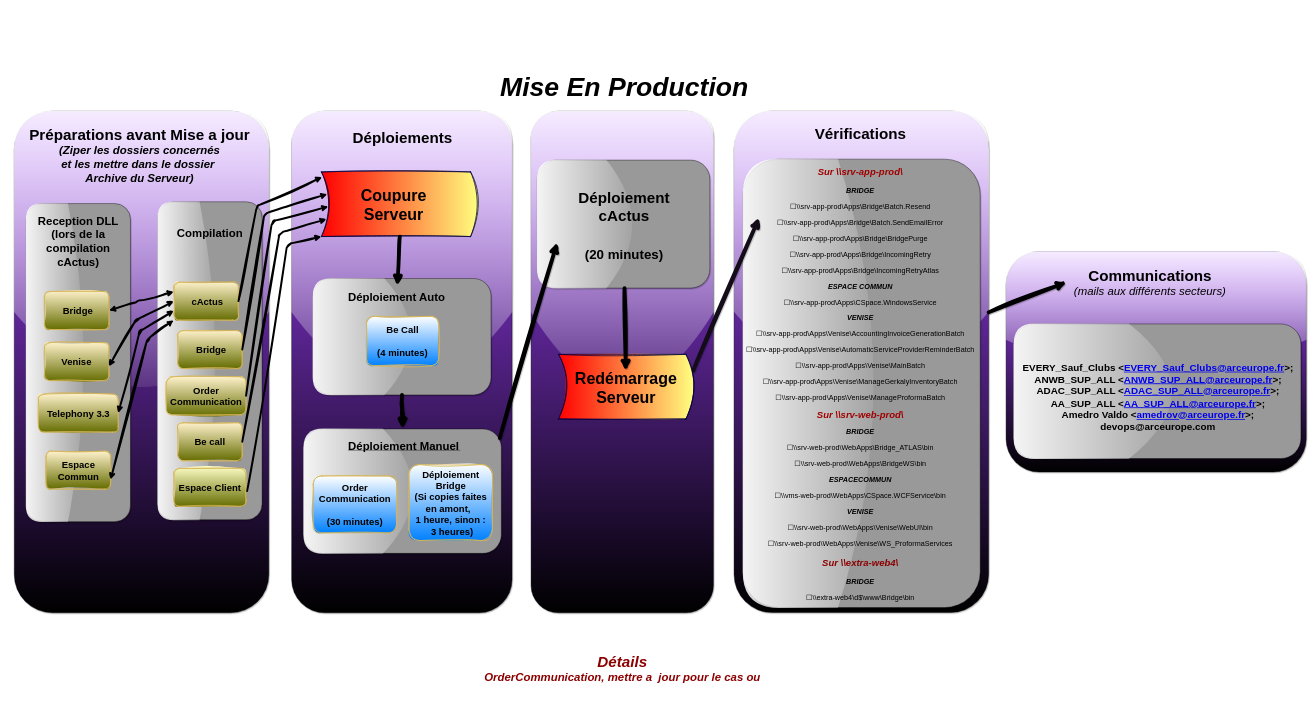
This is Suivi MEP.drawio from MarcSyndrome/Objectif-du-jour-ARC-EF, a draw.io file, before an edit. Source tidied: cells renumbered, new cells numbered last; positions are measured from the earlier drawing's top-left corner, leaving out a move shared by most shapes. Both pictures are drawn from the tidied source at 38%, with x=0, y=0 at pixel (-81, 65).
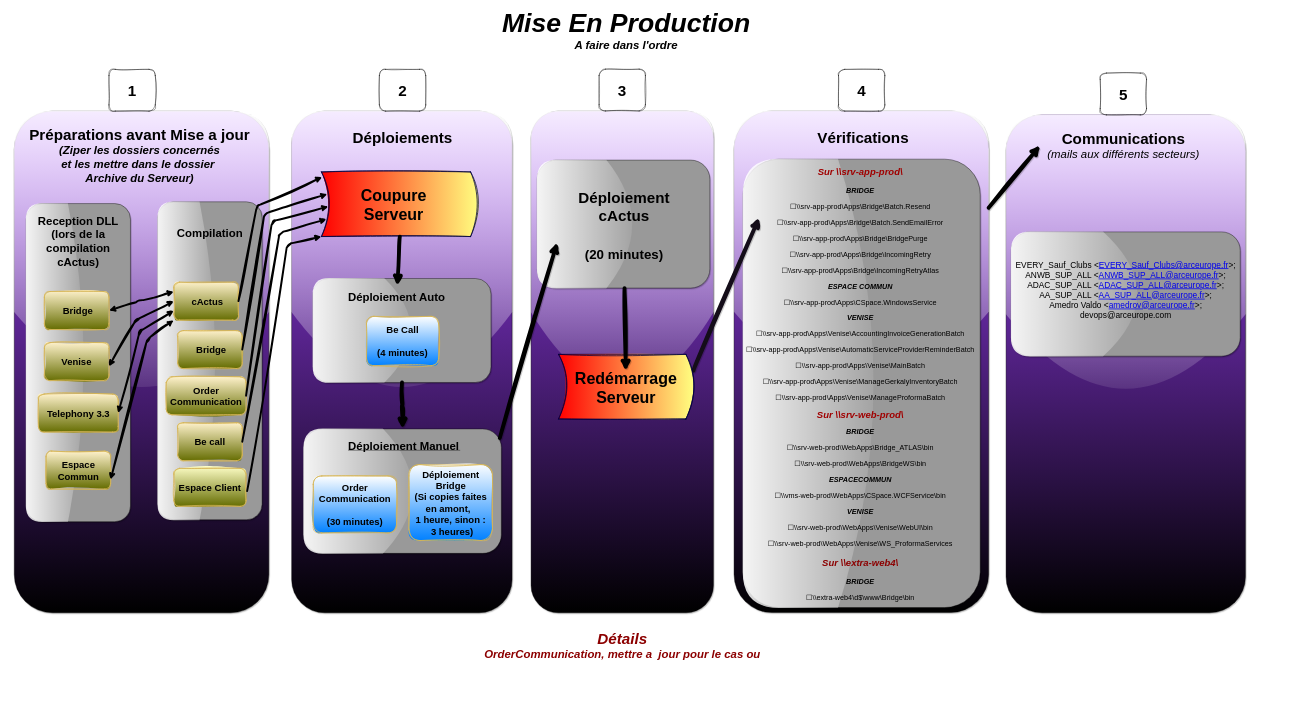
After the change.

Commit message:
Mettre à jour Suivi MEP.drawio

Unchanged cells that the change refers to:
```xml
<mxCell id="36" style="rounded=1;whiteSpace=wrap;html=1;glass=1;shadow=1;fillColor=#9f40ff;fillStyle=auto;gradientColor=default;" parent="1" vertex="1">
  <mxGeometry x="2144.2" y="119.5" width="670" height="1320" as="geometry" />
</mxCell>
```

What changed in the source:
```diff
@@
     <mxCell id="3" style="rounded=1;whiteSpace=wrap;html=1;glass=1;shadow=1;fillColor=#9f40ff;fillStyle=auto;gradientColor=default;" parent="1" vertex="1">
-      <mxGeometry x="2860" y="489.6" width="790" height="580" as="geometry" />
+      <mxGeometry x="2860" y="129.8" width="630" height="1310.2" as="geometry" />
     </mxCell>
@@
     <mxCell id="7" style="rounded=1;whiteSpace=wrap;html=1;rotation=-90;fillColor=#999999;shadow=1;glass=1;" parent="1" vertex="1">
-      <mxGeometry x="1117.3" y="479.4" width="306.3" height="468.4" as="geometry" />
+      <mxGeometry x="1133.6" y="463" width="273.6" height="468.4" as="geometry" />
     </mxCell>
@@
     <mxCell id="37" value="&lt;div&gt;&lt;b&gt;&lt;font style=&quot;font-size: 40px;&quot;&gt;Vérifications&lt;/font&gt;&lt;/b&gt;&lt;/div&gt;" style="text;html=1;strokeColor=none;fillColor=none;align=center;verticalAlign=middle;whiteSpace=wrap;rounded=1;" parent="1" vertex="1">
-      <mxGeometry x="2292.9" y="109.5" width="367.5" height="140" as="geometry" />
+      <mxGeometry x="2300" y="120" width="367.5" height="140" as="geometry" />
     </mxCell>
@@
     <mxCell id="42" value="&lt;div&gt;&lt;b&gt;&lt;font style=&quot;font-size: 40px;&quot;&gt;Communications&lt;/font&gt;&lt;/b&gt;&lt;/div&gt;&lt;font size=&quot;1&quot;&gt;&lt;i style=&quot;font-size: 30px;&quot;&gt;(mails aux différents secteurs)&lt;/i&gt;&lt;/font&gt;" style="text;html=1;strokeColor=none;fillColor=none;align=center;verticalAlign=middle;whiteSpace=wrap;rounded=1;" parent="1" vertex="1">
-      <mxGeometry x="3020" y="499.6" width="437.5" height="140" as="geometry" />
+      <mxGeometry x="2950" y="140" width="437.5" height="140" as="geometry" />
     </mxCell>
-    <mxCell id="43" style="endArrow=classic;html=1;rounded=1;strokeWidth=10;sketch=1;curveFitting=1;jiggle=2;shadow=1;entryX=0;entryY=0.5;entryDx=0;entryDy=0;" parent="1" edge="1" source="36" target="42">
-      <mxGeometry relative="1" as="geometry" />
-    </mxCell>
     <mxCell id="44" style="rounded=1;whiteSpace=wrap;html=1;rotation=-90;fillColor=#999999;shadow=1;glass=1;" parent="1" vertex="1">
-      <mxGeometry x="3081.2" y="479.4" width="354.2" height="755.4" as="geometry" />
+      <mxGeometry x="3011.5" y="300" width="327" height="602.5" as="geometry" />
     </mxCell>
-    <mxCell id="45" value="&lt;font style=&quot;font-size: 26px;&quot;&gt;&lt;b&gt;&lt;font style=&quot;font-size: 26px;&quot;&gt;EVERY_Sauf_Clubs &amp;lt;&lt;a href=&quot;mailto:EVERY_Sauf_Clubs@arceurope.fr&quot;&gt;EVERY_Sauf_Clubs@arceurope.fr&lt;/a&gt;&amp;gt;;&lt;br&gt;ANWB_SUP_ALL &amp;lt;&lt;a href=&quot;mailto:ANWB_SUP_ALL@arceurope.fr&quot;&gt;ANWB_SUP_ALL@arceurope.fr&lt;/a&gt;&amp;gt;;&lt;br&gt;ADAC_SUP_ALL &amp;lt;&lt;a href=&quot;mailto:ADAC_SUP_ALL@arceurope.fr&quot;&gt;ADAC_SUP_ALL@arceurope.fr&lt;/a&gt;&amp;gt;;&lt;br&gt;AA_SUP_ALL &amp;lt;&lt;a href=&quot;mailto:AA_SUP_ALL@arceurope.fr&quot;&gt;AA_SUP_ALL@arceurope.fr&lt;/a&gt;&amp;gt;;&lt;br&gt;Amedro Valdo &amp;lt;&lt;a href=&quot;mailto:amedrov@arceurope.fr&quot;&gt;amedrov@arceurope.fr&lt;/a&gt;&amp;gt;;&lt;br&gt;&lt;/font&gt;&lt;/b&gt;&lt;/font&gt;&lt;div style=&quot;font-size: 26px;&quot;&gt;&lt;font style=&quot;font-size: 26px;&quot;&gt;&lt;b&gt;&lt;font style=&quot;font-size: 26px;&quot;&gt;devops@arceurope.com&lt;/font&gt;&lt;/b&gt;&lt;/font&gt;&lt;/div&gt;" style="text;html=1;strokeColor=none;fillColor=none;align=center;verticalAlign=middle;whiteSpace=wrap;rounded=1;" parent="1" vertex="1">
-      <mxGeometry x="2890" y="723.4" width="740" height="300" as="geometry" />
+    <mxCell id="45" value="&lt;font style=&quot;font-size: 22px;&quot;&gt;&lt;font style=&quot;font-size: 22px;&quot;&gt;EVERY_Sauf_Clubs &amp;lt;&lt;a href=&quot;mailto:EVERY_Sauf_Clubs@arceurope.fr&quot;&gt;EVERY_Sauf_Clubs@arceurope.fr&lt;/a&gt;&amp;gt;;&lt;br&gt;ANWB_SUP_ALL &amp;lt;&lt;a href=&quot;mailto:ANWB_SUP_ALL@arceurope.fr&quot;&gt;ANWB_SUP_ALL@arceurope.fr&lt;/a&gt;&amp;gt;;&lt;br&gt;ADAC_SUP_ALL &amp;lt;&lt;a href=&quot;mailto:ADAC_SUP_ALL@arceurope.fr&quot;&gt;ADAC_SUP_ALL@arceurope.fr&lt;/a&gt;&amp;gt;;&lt;br&gt;AA_SUP_ALL &amp;lt;&lt;a href=&quot;mailto:AA_SUP_ALL@arceurope.fr&quot;&gt;AA_SUP_ALL@arceurope.fr&lt;/a&gt;&amp;gt;;&lt;br&gt;Amedro Valdo &amp;lt;&lt;a href=&quot;mailto:amedrov@arceurope.fr&quot;&gt;amedrov@arceurope.fr&lt;/a&gt;&amp;gt;;&lt;br&gt;&lt;/font&gt;&lt;/font&gt;&lt;div style=&quot;font-size: 22px;&quot;&gt;&lt;font style=&quot;font-size: 22px;&quot;&gt;&lt;font style=&quot;font-size: 22px;&quot;&gt;devops@arceurope.com&lt;/font&gt;&lt;/font&gt;&lt;/div&gt;" style="text;html=1;strokeColor=none;fillColor=none;align=center;verticalAlign=middle;whiteSpace=wrap;rounded=1;" parent="1" vertex="1">
+      <mxGeometry x="2855" y="470" width="640" height="241.2" as="geometry" />
     </mxCell>
     <mxCell id="46" value="&lt;div style=&quot;font-size: 30px;&quot;&gt;&lt;font color=&quot;#8c0000&quot;&gt;&lt;i&gt;&lt;b&gt;&lt;font style=&quot;font-size: 40px;&quot;&gt;Détails&lt;/font&gt;&lt;/b&gt;&lt;/i&gt;&lt;/font&gt;&lt;/div&gt;&lt;div style=&quot;font-size: 30px;&quot;&gt;&lt;font color=&quot;#8c0000&quot;&gt;&lt;i&gt;&lt;b&gt;&lt;font style=&quot;font-size: 30px;&quot;&gt;OrderCommunication, mettre a&amp;nbsp; jour pour le cas ou&lt;br&gt;&lt;/font&gt;&lt;/b&gt;&lt;/i&gt;&lt;/font&gt;&lt;/div&gt;" style="text;html=1;strokeColor=none;fillColor=none;align=center;verticalAlign=middle;whiteSpace=wrap;rounded=1;" parent="1" vertex="1">
-      <mxGeometry x="1272.5" y="1480" width="1155" height="210" as="geometry" />
+      <mxGeometry x="1272.5" y="1420" width="1155" height="210" as="geometry" />
     </mxCell>
@@
-    <mxCell id="56" value="&lt;font size=&quot;1&quot;&gt;&lt;b&gt;&lt;i&gt;&lt;font style=&quot;font-size: 70px;&quot;&gt;Mise En Production&lt;/font&gt;&lt;/i&gt;&lt;/b&gt;&lt;/font&gt;" style="text;html=1;strokeColor=none;fillColor=none;align=center;verticalAlign=middle;whiteSpace=wrap;rounded=0;" parent="1" vertex="1">
-      <mxGeometry x="1443.7" y="-0.5" width="822.6" height="110" as="geometry" />
+    <mxCell id="56" value="&lt;div&gt;&lt;font size=&quot;1&quot;&gt;&lt;b&gt;&lt;i&gt;&lt;font style=&quot;font-size: 70px;&quot;&gt;Mise En Production&lt;/font&gt;&lt;/i&gt;&lt;/b&gt;&lt;br&gt;&lt;/font&gt;&lt;/div&gt;&lt;div style=&quot;font-size: 30px;&quot;&gt;&lt;b&gt;&lt;font style=&quot;font-size: 30px;&quot;&gt;&lt;i&gt;A faire dans l'ordre&lt;br&gt;&lt;/i&gt;&lt;/font&gt;&lt;/b&gt;&lt;/div&gt;" style="text;html=1;strokeColor=none;fillColor=none;align=center;verticalAlign=middle;whiteSpace=wrap;rounded=0;" parent="1" vertex="1">
+      <mxGeometry x="1448.7" y="-150" width="822.6" height="110" as="geometry" />
     </mxCell>
@@
+    <mxCell id="58" value="&lt;font size=&quot;1&quot;&gt;&lt;b&gt;&lt;font style=&quot;font-size: 40px;&quot;&gt;1&lt;/font&gt;&lt;/b&gt;&lt;/font&gt;" style="text;html=1;strokeColor=default;fillColor=none;align=center;verticalAlign=middle;whiteSpace=wrap;rounded=1;sketch=1;curveFitting=1;jiggle=2;" parent="1" vertex="1">
+      <mxGeometry x="499.3" y="10" width="121.9" height="110" as="geometry" />
+    </mxCell>
+    <mxCell id="59" value="&lt;font size=&quot;1&quot;&gt;&lt;b&gt;&lt;font style=&quot;font-size: 40px;&quot;&gt;2&lt;/font&gt;&lt;/b&gt;&lt;/font&gt;" style="text;html=1;strokeColor=default;fillColor=none;align=center;verticalAlign=middle;whiteSpace=wrap;rounded=1;sketch=1;curveFitting=1;jiggle=2;" parent="1" vertex="1">
+      <mxGeometry x="1210.9" y="10" width="121.9" height="110" as="geometry" />
+    </mxCell>
+    <mxCell id="60" value="&lt;font size=&quot;1&quot;&gt;&lt;b&gt;&lt;font style=&quot;font-size: 40px;&quot;&gt;3&lt;/font&gt;&lt;/b&gt;&lt;/font&gt;" style="text;html=1;strokeColor=default;fillColor=none;align=center;verticalAlign=middle;whiteSpace=wrap;rounded=1;sketch=1;curveFitting=1;jiggle=2;" parent="1" vertex="1">
+      <mxGeometry x="1789.1" y="9.5" width="121.9" height="110" as="geometry" />
+    </mxCell>
+    <mxCell id="61" value="&lt;font size=&quot;1&quot;&gt;&lt;b&gt;&lt;font style=&quot;font-size: 40px;&quot;&gt;4&lt;/font&gt;&lt;/b&gt;&lt;/font&gt;" style="text;html=1;strokeColor=default;fillColor=none;align=center;verticalAlign=middle;whiteSpace=wrap;rounded=1;sketch=1;curveFitting=1;jiggle=2;" parent="1" vertex="1">
+      <mxGeometry x="2419.1" y="10" width="121.9" height="110" as="geometry" />
+    </mxCell>
+    <mxCell id="62" value="&lt;font size=&quot;1&quot;&gt;&lt;b&gt;&lt;font style=&quot;font-size: 40px;&quot;&gt;5&lt;/font&gt;&lt;/b&gt;&lt;/font&gt;" style="text;html=1;strokeColor=default;fillColor=none;align=center;verticalAlign=middle;whiteSpace=wrap;rounded=1;sketch=1;curveFitting=1;jiggle=2;" parent="1" vertex="1">
+      <mxGeometry x="3107.8" y="19.8" width="121.9" height="110" as="geometry" />
+    </mxCell>
+    <mxCell id="43" style="endArrow=classic;html=1;rounded=1;strokeWidth=10;sketch=1;curveFitting=1;jiggle=2;shadow=1;entryX=0;entryY=0.5;entryDx=0;entryDy=0;" parent="1" edge="1" source="36" target="42">
+      <mxGeometry relative="1" as="geometry" />
+    </mxCell>
```
